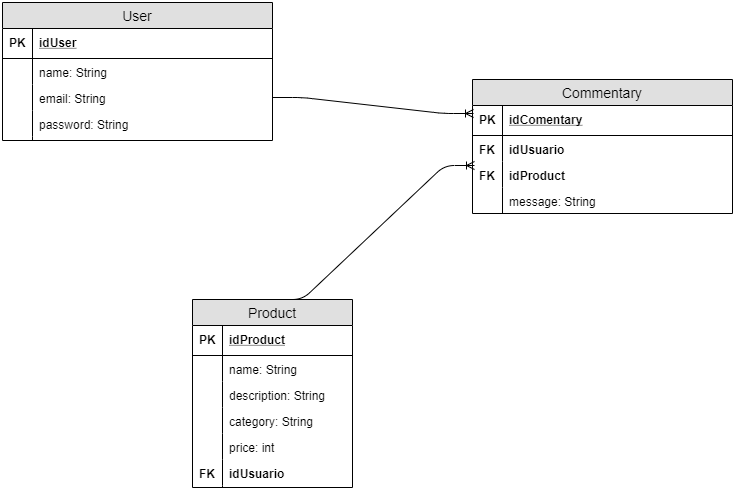
This is dataModel.png from sazapatac1/Aless, a draw.io export, as it was before one commit. Source tidied: cells renumbered, new cells last; positions are measured from the earlier drawing's top-left corner, leaving out a move shared by most shapes.
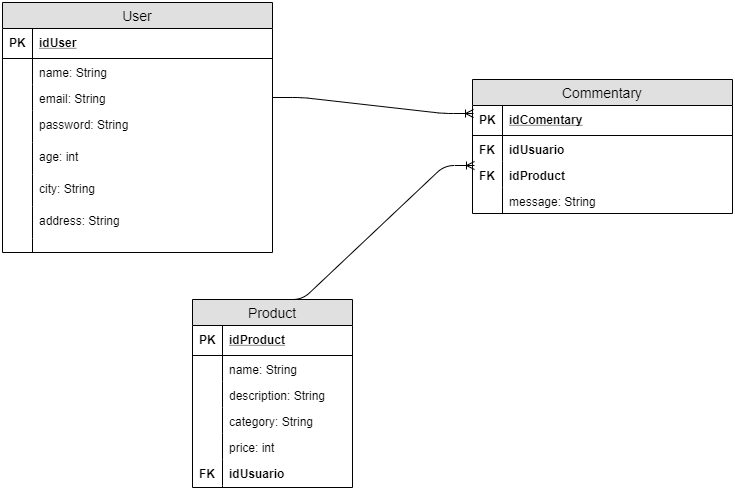
Above is the later version.

Commit message:
Subiendo datamodel

What changed in the source:
```diff
@@ -3,7 +3,7 @@
     <mxCell id="0" />
     <mxCell id="1" parent="0" />
     <mxCell id="2" value="User" style="swimlane;fontStyle=0;horizontal=1;startSize=26;fillColor=#e0e0e0;swimlaneFillColor=#ffffff;align=center;fontSize=14;" parent="1" vertex="1">
-      <mxGeometry width="270" height="138" as="geometry" />
+      <mxGeometry width="270" height="250" as="geometry" />
     </mxCell>
     <mxCell id="3" value="idUser" style="shape=partialRectangle;top=0;left=0;right=0;bottom=1;align=left;verticalAlign=middle;fillColor=none;spacingLeft=34;spacingRight=4;overflow=hidden;fontStyle=5;fontSize=12;" parent="2" vertex="1">
       <mxGeometry y="26" width="270" height="30" as="geometry" />
@@ -24,16 +24,34 @@
       <mxGeometry width="30" height="26" as="geometry" />
     </mxCell>
     <mxCell id="9" value="password: String" style="shape=partialRectangle;top=0;left=0;right=0;bottom=0;align=left;verticalAlign=top;fillColor=none;spacingLeft=34;spacingRight=4;overflow=hidden;fontSize=12;" parent="2" vertex="1">
-      <mxGeometry y="108" width="270" height="26" as="geometry" />
+      <mxGeometry y="108" width="270" height="32" as="geometry" />
     </mxCell>
     <mxCell id="10" style="shape=partialRectangle;top=0;left=0;bottom=0;fillColor=none;align=left;verticalAlign=top;spacingLeft=4;spacingRight=4;overflow=hidden;fontSize=12;" parent="9" vertex="1">
-      <mxGeometry width="30" height="26" as="geometry" />
+      <mxGeometry width="30" height="32" as="geometry" />
     </mxCell>
+    <mxCell id="39" value="age: int" style="shape=partialRectangle;top=0;left=0;right=0;bottom=0;align=left;verticalAlign=top;fillColor=none;spacingLeft=34;spacingRight=4;overflow=hidden;fontSize=12;" parent="2" vertex="1">
+      <mxGeometry y="140" width="270" height="32" as="geometry" />
+    </mxCell>
+    <mxCell id="40" style="shape=partialRectangle;top=0;left=0;bottom=0;fillColor=none;align=left;verticalAlign=top;spacingLeft=4;spacingRight=4;overflow=hidden;fontSize=12;" parent="39" vertex="1">
+      <mxGeometry width="30" height="32" as="geometry" />
+    </mxCell>
+    <mxCell id="41" value="city: String" style="shape=partialRectangle;top=0;left=0;right=0;bottom=0;align=left;verticalAlign=top;fillColor=none;spacingLeft=34;spacingRight=4;overflow=hidden;fontSize=12;" parent="2" vertex="1">
+      <mxGeometry y="172" width="270" height="32" as="geometry" />
+    </mxCell>
+    <mxCell id="42" style="shape=partialRectangle;top=0;left=0;bottom=0;fillColor=none;align=left;verticalAlign=top;spacingLeft=4;spacingRight=4;overflow=hidden;fontSize=12;" parent="41" vertex="1">
+      <mxGeometry width="30" height="32" as="geometry" />
+    </mxCell>
+    <mxCell id="43" value="address: String" style="shape=partialRectangle;top=0;left=0;right=0;bottom=0;align=left;verticalAlign=top;fillColor=none;spacingLeft=34;spacingRight=4;overflow=hidden;fontSize=12;" parent="2" vertex="1">
+      <mxGeometry y="204" width="270" height="32" as="geometry" />
+    </mxCell>
+    <mxCell id="44" style="shape=partialRectangle;top=0;left=0;bottom=0;fillColor=none;align=left;verticalAlign=top;spacingLeft=4;spacingRight=4;overflow=hidden;fontSize=12;" parent="43" vertex="1">
+      <mxGeometry width="30" height="32" as="geometry" />
+    </mxCell>
     <mxCell id="11" style="shape=partialRectangle;top=0;left=0;right=0;bottom=0;align=left;verticalAlign=top;fillColor=none;spacingLeft=34;spacingRight=4;overflow=hidden;fontSize=12;" parent="2" vertex="1">
-      <mxGeometry y="134" width="270" height="4" as="geometry" />
+      <mxGeometry y="236" width="270" height="14" as="geometry" />
     </mxCell>
     <mxCell id="12" style="shape=partialRectangle;top=0;left=0;bottom=0;fillColor=none;align=left;verticalAlign=top;spacingLeft=4;spacingRight=4;overflow=hidden;fontSize=12;" parent="11" vertex="1">
-      <mxGeometry width="30" height="4" as="geometry" />
+      <mxGeometry width="30" height="14" as="geometry" />
     </mxCell>
     <mxCell id="13" value="Product" style="swimlane;fontStyle=0;horizontal=1;startSize=26;fillColor=#e0e0e0;swimlaneFillColor=#ffffff;align=center;fontSize=14;" parent="1" vertex="1">
       <mxGeometry x="190" y="297" width="160" height="188" as="geometry" />
```
